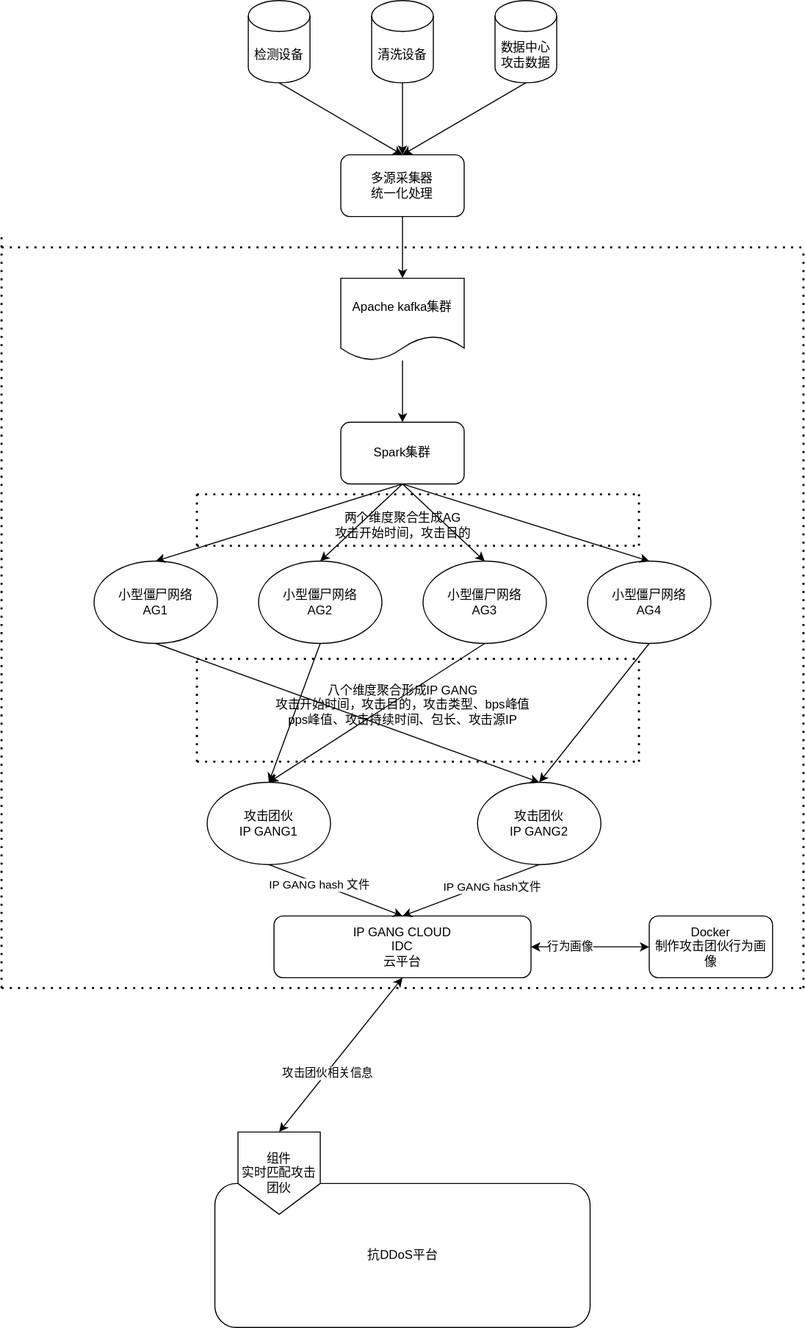
caihuayu0322/drawio-github keeps this draw.io diagram as self-editing.svg. Above is the earlier version. Source tidied: cells renumbered, new cells last; positions are measured from the earlier drawing's top-left corner, leaving out a move shared by most shapes.
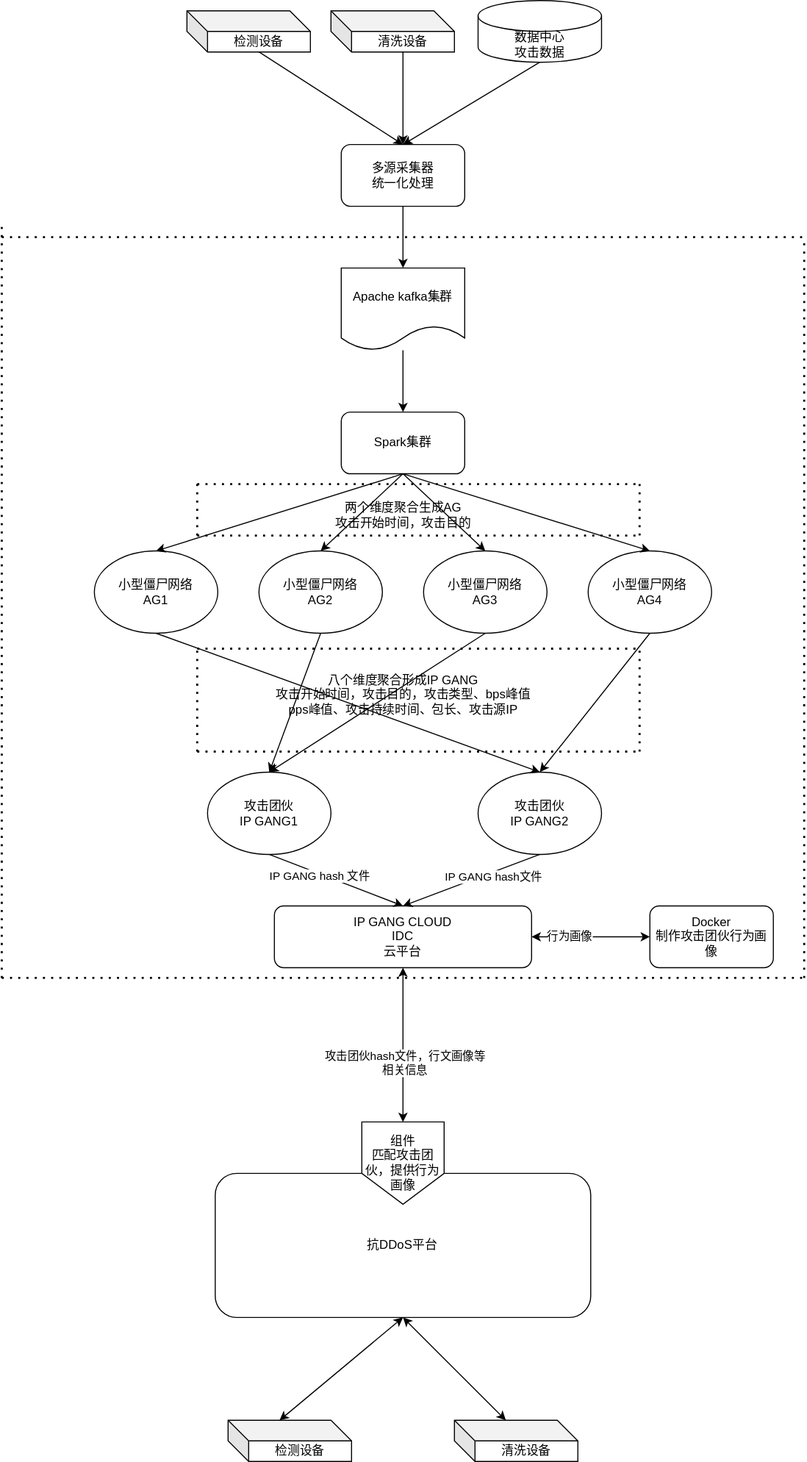
Later version of the same file.

The edit, as a diff of the source:
```diff
@@ -69,24 +69,15 @@
     <mxCell id="13" value="多源采集器&lt;br&gt;统一化处理" style="rounded=1;whiteSpace=wrap;html=1;" parent="1" vertex="1">
       <mxGeometry x="441" y="150" width="120" height="60" as="geometry" />
     </mxCell>
-    <mxCell id="14" value="检测设备" style="shape=cylinder3;whiteSpace=wrap;html=1;boundedLbl=1;backgroundOutline=1;size=15;" parent="1" vertex="1">
-      <mxGeometry x="351" width="60" height="80" as="geometry" />
-    </mxCell>
-    <mxCell id="15" value="清洗设备" style="shape=cylinder3;whiteSpace=wrap;html=1;boundedLbl=1;backgroundOutline=1;size=15;" parent="1" vertex="1">
-      <mxGeometry x="471" width="60" height="80" as="geometry" />
-    </mxCell>
-    <mxCell id="16" value="数据中心攻击数据" style="shape=cylinder3;whiteSpace=wrap;html=1;boundedLbl=1;backgroundOutline=1;size=15;" parent="1" vertex="1">
-      <mxGeometry x="591" width="60" height="80" as="geometry" />
-    </mxCell>
-    <mxCell id="17" style="endArrow=classic;html=1;exitX=0.5;exitY=1;exitDx=0;exitDy=0;exitPerimeter=0;entryX=0.5;entryY=0;entryDx=0;entryDy=0;" parent="1" edge="1" source="14" target="13">
+    <mxCell id="17" style="endArrow=classic;html=1;exitX=0;exitY=0;exitDx=70;exitDy=40;exitPerimeter=0;entryX=0.5;entryY=0;entryDx=0;entryDy=0;" parent="1" edge="1" source="65" target="13">
       <mxGeometry relative="1" as="geometry" />
     </mxCell>
-    <mxCell id="18" style="endArrow=classic;html=1;exitX=0.5;exitY=1;exitDx=0;exitDy=0;exitPerimeter=0;" parent="1" edge="1" source="15">
+    <mxCell id="18" style="endArrow=classic;html=1;exitX=0;exitY=0;exitDx=70;exitDy=40;exitPerimeter=0;" parent="1" edge="1" source="66">
       <mxGeometry relative="1" as="geometry">
         <mxPoint x="501" y="150" as="targetPoint" />
       </mxGeometry>
     </mxCell>
-    <mxCell id="19" style="endArrow=classic;html=1;exitX=0.5;exitY=1;exitDx=0;exitDy=0;exitPerimeter=0;entryX=0.5;entryY=0;entryDx=0;entryDy=0;" parent="1" edge="1" source="16" target="13">
+    <mxCell id="19" style="endArrow=classic;html=1;exitX=0.5;exitY=1;exitDx=0;exitDy=0;exitPerimeter=0;entryX=0.5;entryY=0;entryDx=0;entryDy=0;" parent="1" edge="1" source="67" target="13">
       <mxGeometry relative="1" as="geometry" />
     </mxCell>
     <mxCell id="20" style="endArrow=classic;html=1;exitX=0.5;exitY=1;exitDx=0;exitDy=0;entryX=0.5;entryY=0;entryDx=0;entryDy=0;" parent="1" edge="1" source="13" target="21">
@@ -264,16 +255,37 @@
     <mxCell id="60" value="抗DDoS平台" style="rounded=1;whiteSpace=wrap;html=1;" parent="1" vertex="1">
       <mxGeometry x="318.5" y="1150" width="365" height="140" as="geometry" />
     </mxCell>
-    <mxCell id="61" value="组件&lt;br&gt;实时匹配攻击团伙" style="shape=offPageConnector;whiteSpace=wrap;html=1;" parent="1" vertex="1">
-      <mxGeometry x="341" y="1100" width="80" height="80" as="geometry" />
+    <mxCell id="61" value="组件&lt;br&gt;匹配攻击团伙，提供行为画像" style="shape=offPageConnector;whiteSpace=wrap;html=1;" parent="1" vertex="1">
+      <mxGeometry x="461" y="1100" width="80" height="80" as="geometry" />
     </mxCell>
     <mxCell id="62" style="endArrow=classic;startArrow=classic;html=1;entryX=0.5;entryY=1;entryDx=0;entryDy=0;exitX=0.5;exitY=0;exitDx=0;exitDy=0;" parent="1" edge="1" source="61" target="42">
       <mxGeometry relative="1" as="geometry" />
     </mxCell>
-    <mxCell id="63" value="攻击团伙相关信息" style="edgeLabel;html=1;align=center;verticalAlign=middle;" parent="62" vertex="1">
+    <mxCell id="63" value="攻击团伙hash文件，行文画像等&lt;br&gt;相关信息" style="edgeLabel;html=1;align=center;verticalAlign=middle;" parent="62" vertex="1">
       <mxGeometry x="-0.24" relative="1" as="geometry">
         <mxPoint x="1" as="offset" />
       </mxGeometry>
     </mxCell>
+    <mxCell id="64" style="endArrow=classic;startArrow=classic;html=1;exitX=0.5;exitY=1;exitDx=0;exitDy=0;entryX=0;entryY=0;entryDx=50;entryDy=0;entryPerimeter=0;" parent="1" edge="1" source="60" target="68">
+      <mxGeometry relative="1" as="geometry" />
+    </mxCell>
+    <mxCell id="65" value="检测设备" style="shape=cube;whiteSpace=wrap;html=1;boundedLbl=1;backgroundOutline=1;darkOpacity=0.05;darkOpacity2=0.1;" parent="1" vertex="1">
+      <mxGeometry x="291" y="20" width="120" height="40" as="geometry" />
+    </mxCell>
+    <mxCell id="66" value="清洗设备" style="shape=cube;whiteSpace=wrap;html=1;boundedLbl=1;backgroundOutline=1;darkOpacity=0.05;darkOpacity2=0.1;" parent="1" vertex="1">
+      <mxGeometry x="431" y="20" width="120" height="40" as="geometry" />
+    </mxCell>
+    <mxCell id="67" value="数据中心&lt;br&gt;攻击数据" style="shape=cylinder3;whiteSpace=wrap;html=1;boundedLbl=1;backgroundOutline=1;size=15;" parent="1" vertex="1">
+      <mxGeometry x="574" y="10" width="120" height="60" as="geometry" />
+    </mxCell>
+    <mxCell id="68" value="检测设备" style="shape=cube;whiteSpace=wrap;html=1;boundedLbl=1;backgroundOutline=1;darkOpacity=0.05;darkOpacity2=0.1;" parent="1" vertex="1">
+      <mxGeometry x="331" y="1390" width="120" height="40" as="geometry" />
+    </mxCell>
+    <mxCell id="69" value="清洗设备" style="shape=cube;whiteSpace=wrap;html=1;boundedLbl=1;backgroundOutline=1;darkOpacity=0.05;darkOpacity2=0.1;" parent="1" vertex="1">
+      <mxGeometry x="551" y="1390" width="120" height="40" as="geometry" />
+    </mxCell>
+    <mxCell id="70" style="endArrow=classic;startArrow=classic;html=1;entryX=0.5;entryY=1;entryDx=0;entryDy=0;exitX=0;exitY=0;exitDx=50;exitDy=0;exitPerimeter=0;" parent="1" edge="1" source="69" target="60">
+      <mxGeometry relative="1" as="geometry" />
+    </mxCell>
   </root>
 </mxGraphModel>
```
